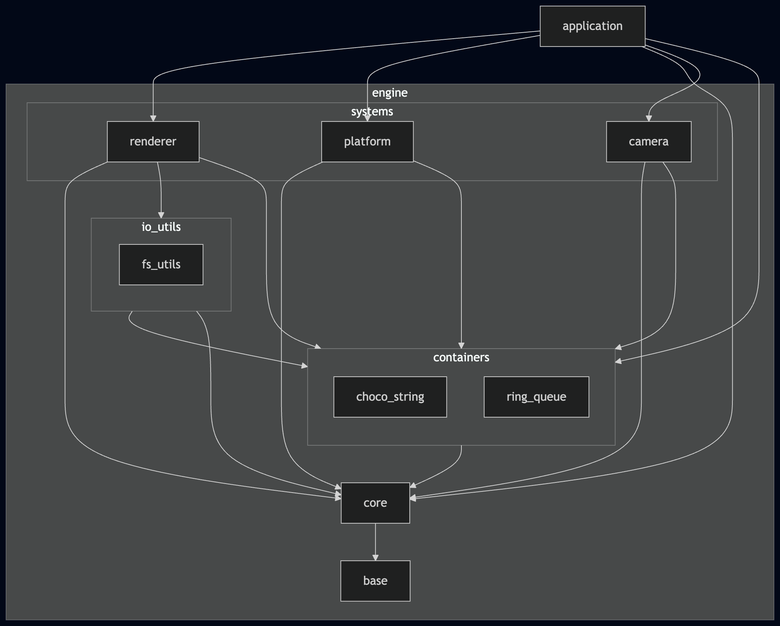
chocolate-pie24/gl_choco_engine keeps this Mermaid diagram as docs/engine_overview.png. Above is the earlier version. Its source is kept beside it as docs/engine_overview.mmd.
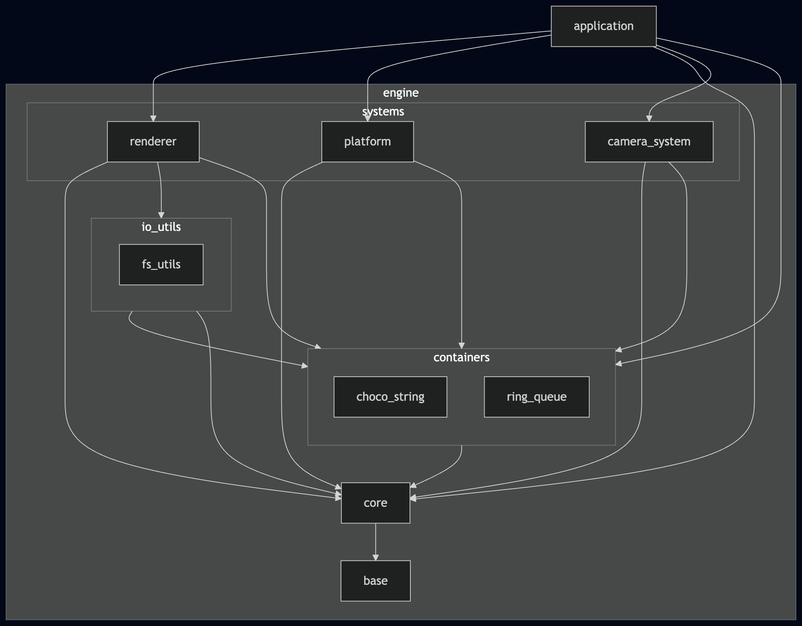
The same file after the commit.

Commit message:
docs: エンジンオーバービューの誤記修正

What changed in the source:
```diff
@@ -5,7 +5,7 @@
     subgraph SYSTEMS[systems]
       PLATFORM[platform]
       RENDERER[renderer]
-      CAMERA[camera]
+      CAMERA_SYSTEM[camera_system]
     end
 
     subgraph IO_UTILS[io_utils]
@@ -26,7 +26,7 @@
   APPLICATION --> PLATFORM
   APPLICATION --> CORE
   APPLICATION --> CONTAINERS
-  APPLICATION --> CAMERA
+  APPLICATION --> CAMERA_SYSTEM
 
   PLATFORM --> CONTAINERS
   PLATFORM --> CORE
@@ -34,8 +34,8 @@
   RENDERER --> IO_UTILS
   RENDERER --> CONTAINERS
 
-  CAMERA --> CORE
-  CAMERA --> CONTAINERS
+  CAMERA_SYSTEM --> CORE
+  CAMERA_SYSTEM --> CONTAINERS
 
   IO_UTILS --> CONTAINERS
   IO_UTILS --> CORE
```
